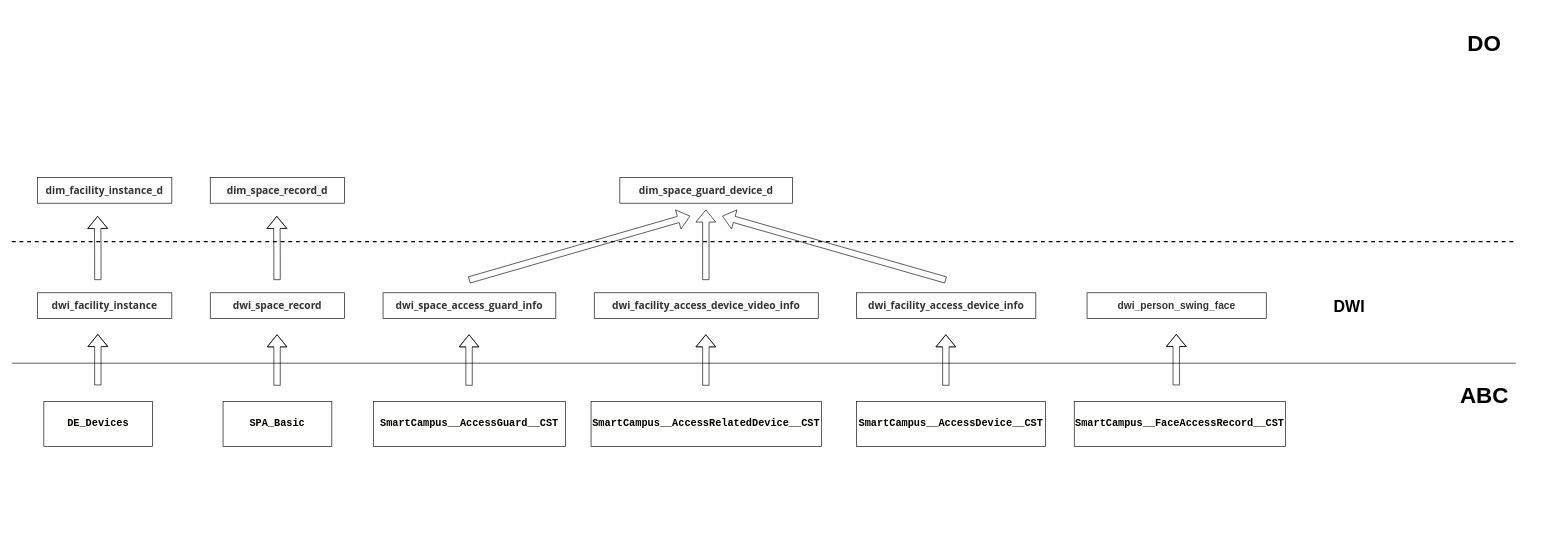
This is 人员态势/人员通行.drawio from qiuyu828/gxsjj, a draw.io file, before an edit. Source tidied: cells renumbered, new cells numbered last; positions are measured from the earlier drawing's top-left corner, leaving out a move shared by most shapes. Both pictures are drawn from the tidied source at 64%, with x=0, y=0 at pixel (12, 11).
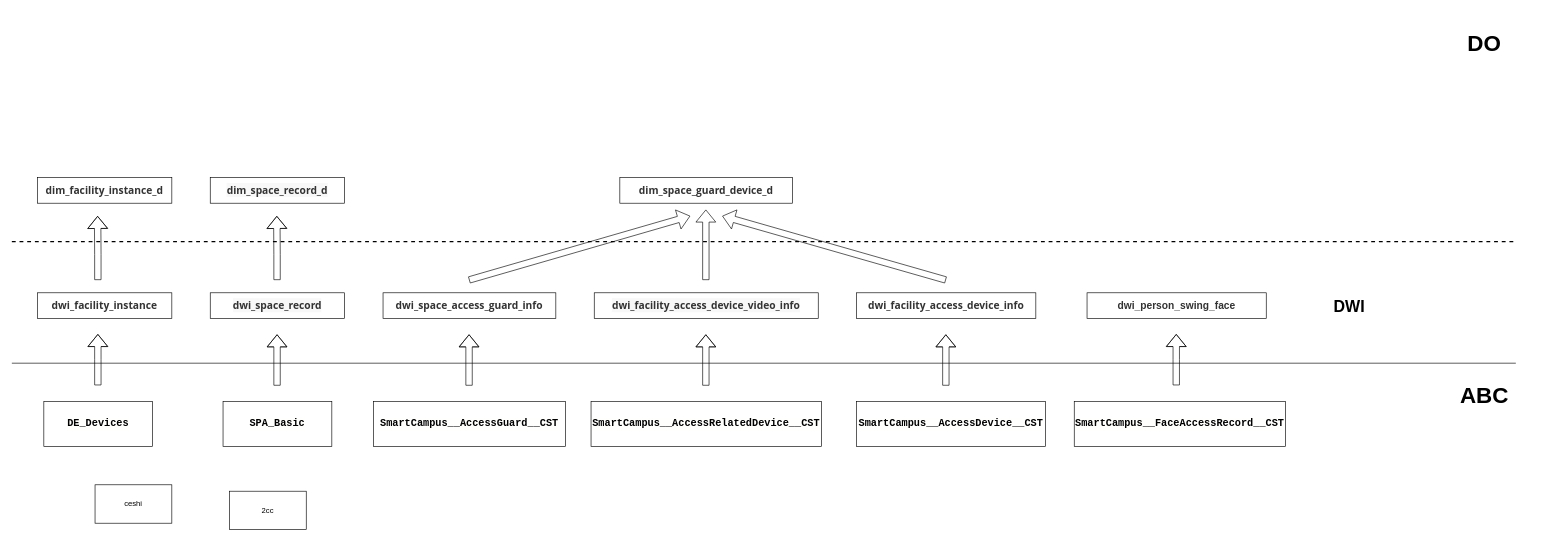
The same diagram, later.

Commit message:
更新人员通行.drawio

What changed in the source:
```diff
@@
+    <mxCell id="33" value="ceshi" style="whiteSpace=wrap;html=1;" parent="1" vertex="1">
+      <mxGeometry x="130" y="740" width="120" height="60" as="geometry" />
+    </mxCell>
+    <mxCell id="34" value="2cc" style="whiteSpace=wrap;html=1;" parent="1" vertex="1">
+      <mxGeometry x="340" y="750" width="120" height="60" as="geometry" />
+    </mxCell>
```
